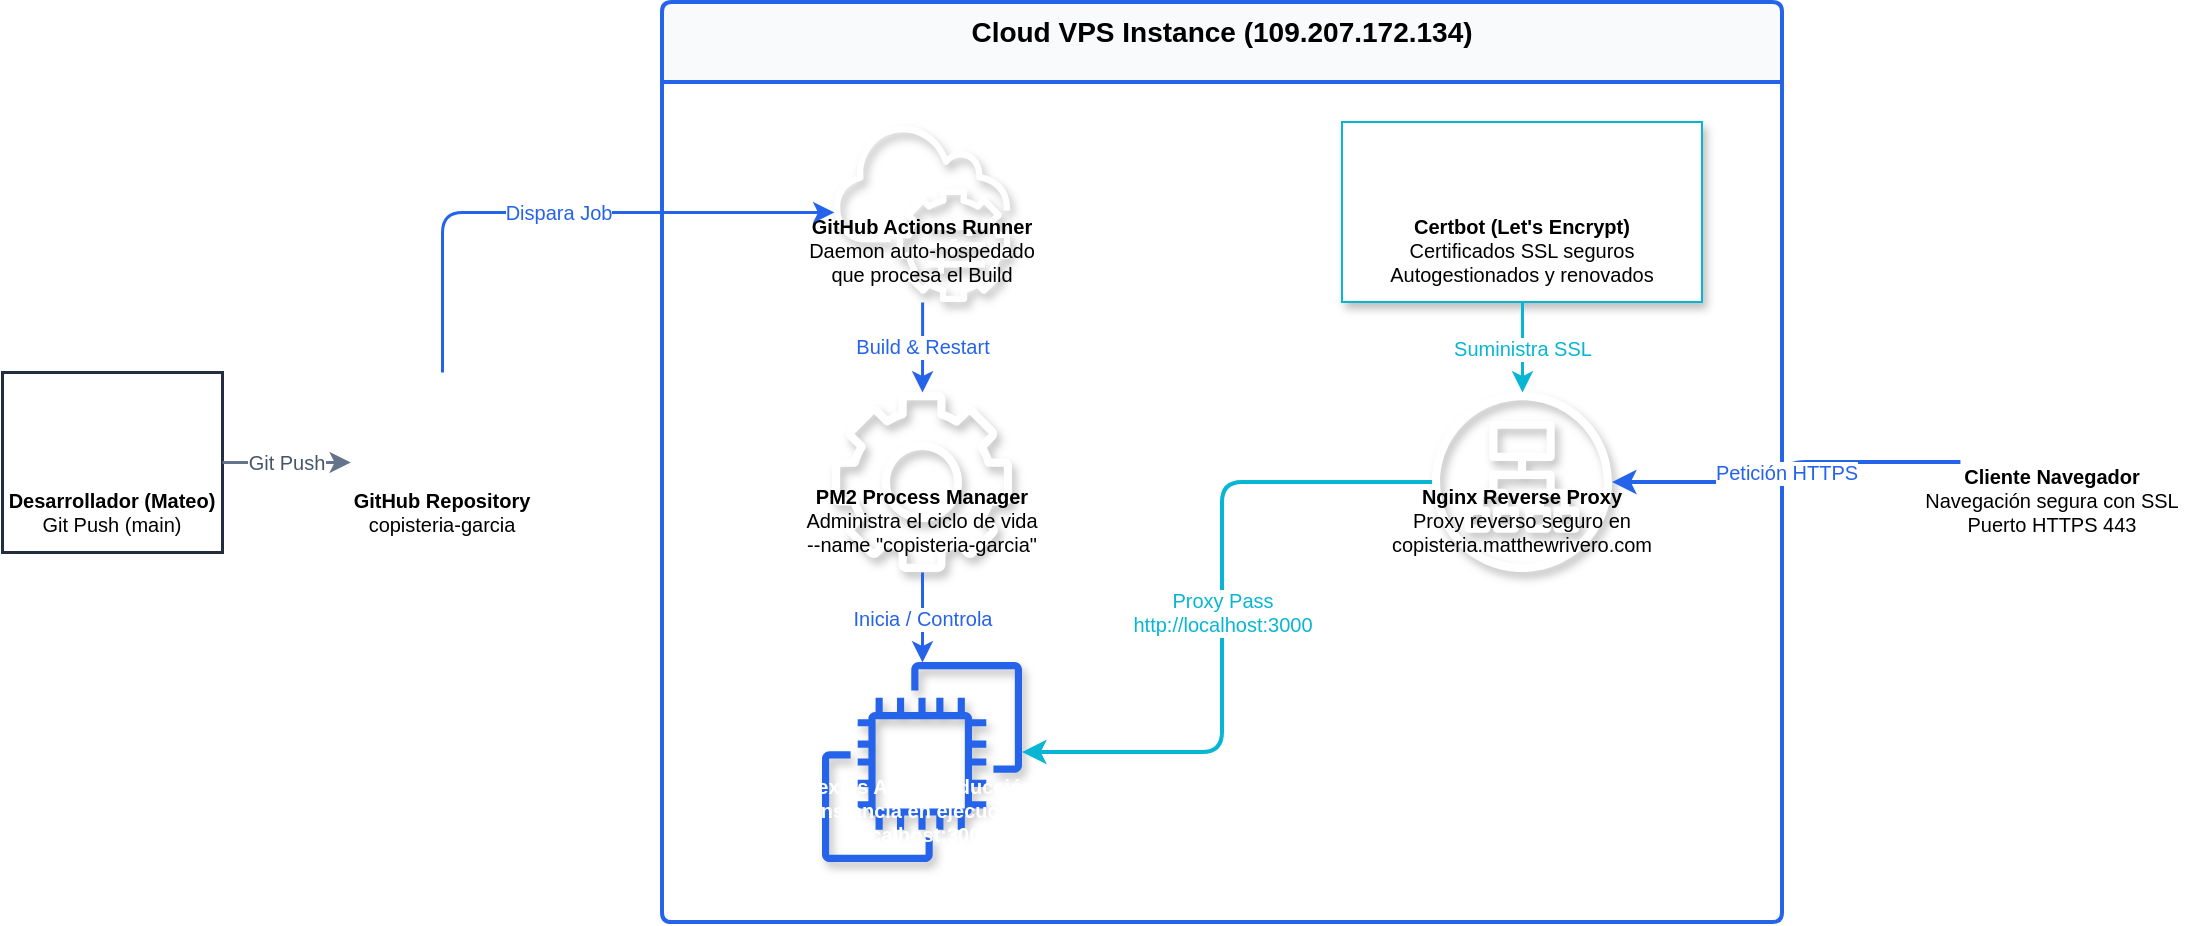
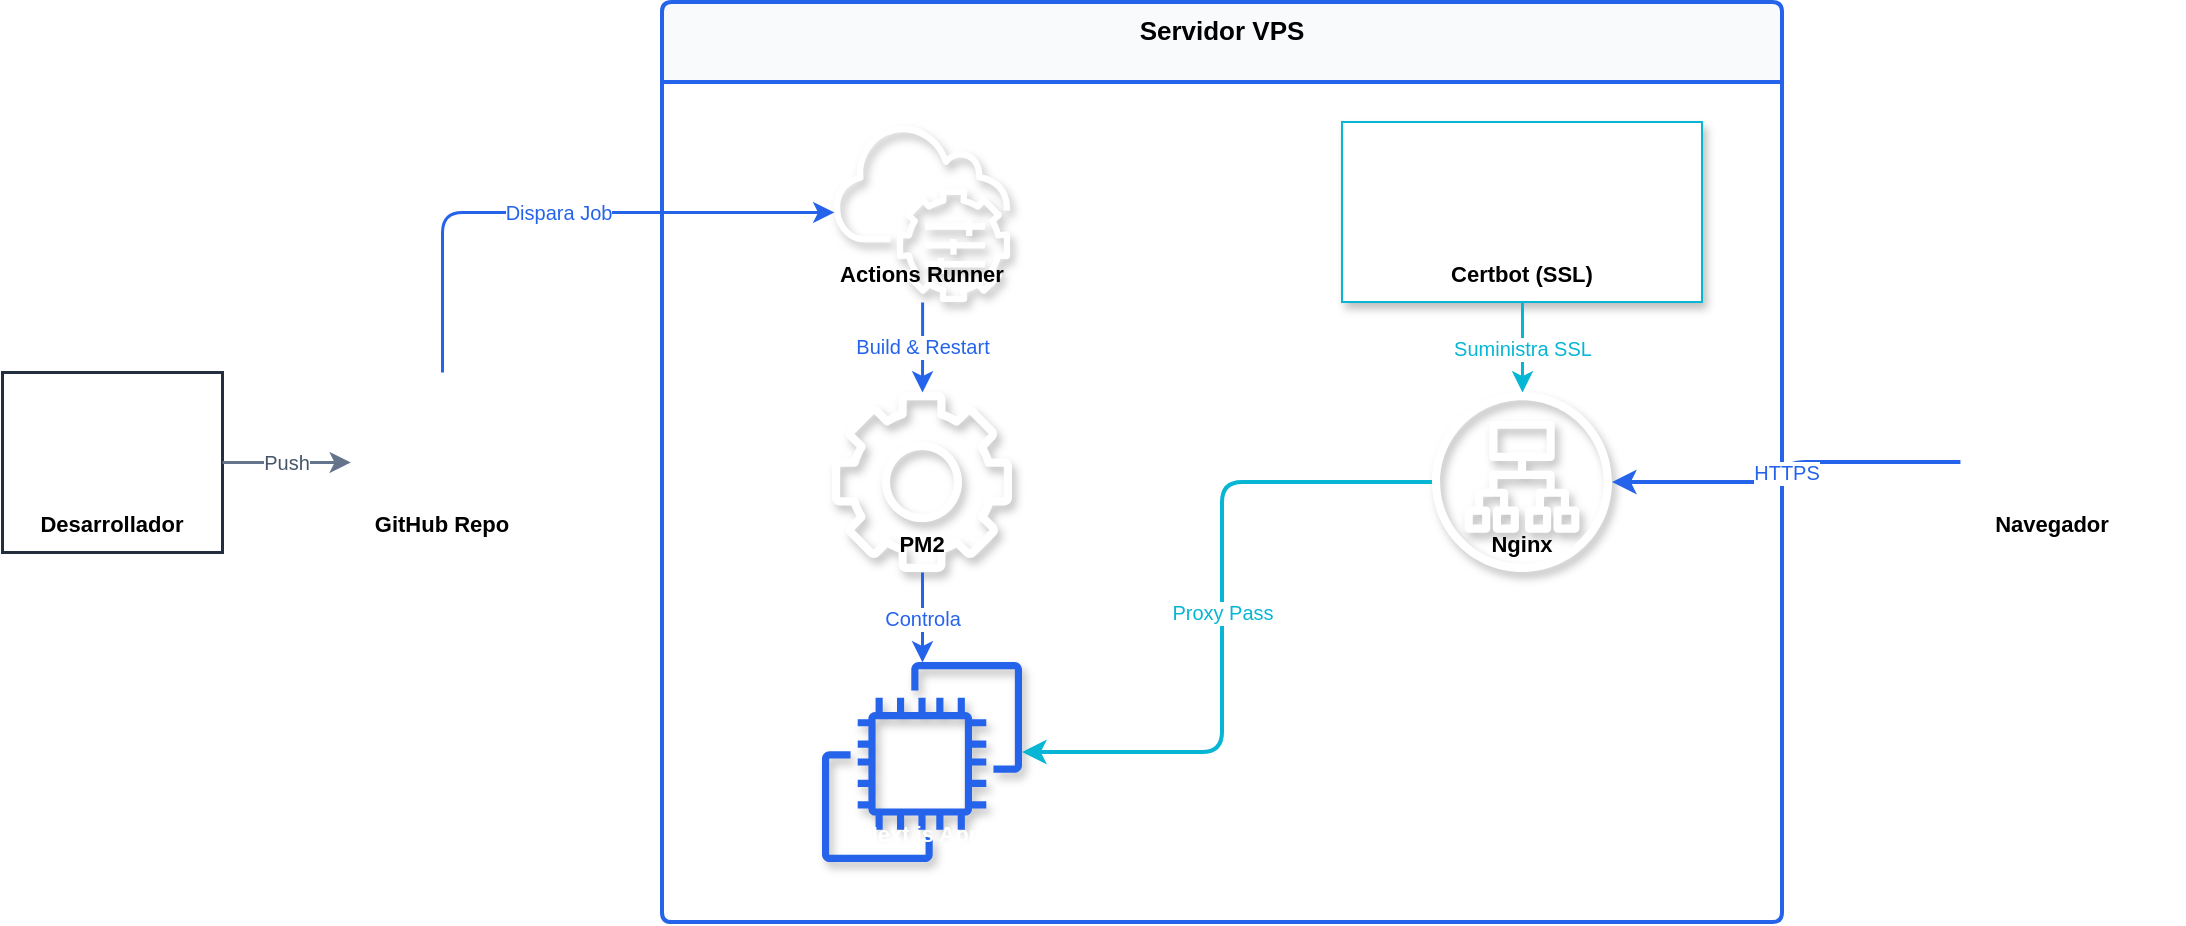
<mxfile host="Electron" modified="2026-07-19T20:00:00.000Z" agent="Mozilla/5.0" version="21.0.0" type="device">
  <diagram id="copisteria-infra" name="Infraestructura Copisteria García Cano">
    <mxGraphModel dx="1200" dy="800" grid="1" guides="1" tooltips="1" connect="1" arrows="1" fold="1" page="1" pageScale="1" pageWidth="1169" pageHeight="827" math="0" shadow="0">
      <root>
        <!-- Base Layers -->
        <mxCell id="0" />
        <mxCell id="1" parent="0" />

-         <!-- BOUNDARY: Cloud VPS (AWS VPC style representation) -->
-         <mxCell id="vps-boundary" value="Cloud VPS Instance (109.207.172.134)" style="swimlane;whiteSpace=wrap;html=1;fontFamily=Helvetica;fontStyle=1;fontSize=14;fillColor=#f8fafc;strokeColor=#2563eb;strokeWidth=2;align=center;verticalAlign=top;startSize=40;rounded=1;arcSize=4;" vertex="1" parent="1">
+         <!-- BOUNDARY: Cloud VPS -->
+         <mxCell id="vps-boundary" value="Servidor VPS" style="swimlane;whiteSpace=wrap;html=1;fontFamily=Helvetica;fontStyle=1;fontSize=13;fillColor=#f8fafc;strokeColor=#2563eb;strokeWidth=2;align=center;verticalAlign=top;startSize=40;rounded=1;arcSize=4;" vertex="1" parent="1">
          <mxGeometry x="360" y="40" width="560" height="460" as="geometry" />
        </mxCell>

        <!-- EXTERNAL: Developer Laptop (AWS4 Desktop Icon) -->
-         <mxCell id="node-developer" value="&lt;b&gt;Desarrollador (Mateo)&lt;/b&gt;&lt;br/&gt;Git Push (main)" style="shape=mxgraph.aws4.desktop;whiteSpace=wrap;html=1;fontFamily=Helvetica;fontSize=10;fillColor=#ffffff;strokeColor=#232F3E;strokeWidth=1.5;align=center;verticalAlign=bottom;spacingBottom=5;" vertex="1" parent="1">
+         <mxCell id="node-developer" value="&lt;b&gt;Desarrollador&lt;/b&gt;" style="shape=mxgraph.aws4.desktop;whiteSpace=wrap;html=1;fontFamily=Helvetica;fontSize=11;fillColor=#ffffff;strokeColor=#232F3E;strokeWidth=1.5;align=center;verticalAlign=bottom;spacingBottom=5;" vertex="1" parent="1">
          <mxGeometry x="30" y="225" width="110" height="90" as="geometry" />
        </mxCell>

        <!-- EXTERNAL: GitHub Repository (AWS4 Git/CodeCommit Icon) -->
-         <mxCell id="node-github" value="&lt;b&gt;GitHub Repository&lt;/b&gt;&lt;br/&gt;copisteria-garcia" style="shape=mxgraph.aws4.codecommit;whiteSpace=wrap;html=1;fontFamily=Helvetica;fontSize=10;fillColor=#ffffff;strokeColor=#232F3E;strokeWidth=1.5;align=center;verticalAlign=bottom;spacingBottom=5;" vertex="1" parent="1">
+         <mxCell id="node-github" value="&lt;b&gt;GitHub Repo&lt;/b&gt;" style="shape=mxgraph.aws4.codecommit;whiteSpace=wrap;html=1;fontFamily=Helvetica;fontSize=11;fillColor=#ffffff;strokeColor=#232F3E;strokeWidth=1.5;align=center;verticalAlign=bottom;spacingBottom=5;" vertex="1" parent="1">
          <mxGeometry x="190" y="225" width="120" height="90" as="geometry" />
        </mxCell>

        <!-- VPS INTERNAL: GitHub Actions Runner (AWS4 Systems Manager Icon) -->
-         <mxCell id="node-runner" value="&lt;b&gt;GitHub Actions Runner&lt;/b&gt;&lt;br/&gt;Daemon auto-hospedado&lt;br/&gt;que procesa el Build" style="shape=mxgraph.aws4.systems_manager;whiteSpace=wrap;html=1;fontFamily=Helvetica;fontSize=10;fillColor=#ffffff;strokeColor=#2563eb;strokeWidth=2;align=center;verticalAlign=bottom;spacingBottom=5;shadow=1;" vertex="1" parent="vps-boundary">
+         <mxCell id="node-runner" value="&lt;b&gt;Actions Runner&lt;/b&gt;" style="shape=mxgraph.aws4.systems_manager;whiteSpace=wrap;html=1;fontFamily=Helvetica;fontSize=11;fillColor=#ffffff;strokeColor=#2563eb;strokeWidth=2;align=center;verticalAlign=bottom;spacingBottom=5;shadow=1;" vertex="1" parent="vps-boundary">
          <mxGeometry x="40" y="60" width="180" height="90" as="geometry" />
        </mxCell>

        <!-- VPS INTERNAL: PM2 (AWS4 Gear/Process Icon) -->
-         <mxCell id="node-pm2" value="&lt;b&gt;PM2 Process Manager&lt;/b&gt;&lt;br/&gt;Administra el ciclo de vida&lt;br/&gt;--name &quot;copisteria-garcia&quot;" style="shape=mxgraph.aws4.gear;whiteSpace=wrap;html=1;fontFamily=Helvetica;fontSize=10;fillColor=#ffffff;strokeColor=#2563eb;strokeWidth=2;align=center;verticalAlign=bottom;spacingBottom=5;shadow=1;" vertex="1" parent="vps-boundary">
+         <mxCell id="node-pm2" value="&lt;b&gt;PM2&lt;/b&gt;" style="shape=mxgraph.aws4.gear;whiteSpace=wrap;html=1;fontFamily=Helvetica;fontSize=11;fillColor=#ffffff;strokeColor=#2563eb;strokeWidth=2;align=center;verticalAlign=bottom;spacingBottom=5;shadow=1;" vertex="1" parent="vps-boundary">
          <mxGeometry x="40" y="195" width="180" height="90" as="geometry" />
        </mxCell>

        <!-- VPS INTERNAL: Next.js App (AWS4 EC2 Virtual Machine Icon) -->
-         <mxCell id="node-nextjs" value="&lt;b&gt;Next.js App (Producción)&lt;/b&gt;&lt;br/&gt;Instancia en ejecución&lt;br/&gt;(localhost:3000)" style="shape=mxgraph.aws4.ec2;whiteSpace=wrap;html=1;fontFamily=Helvetica;fontSize=10;fillColor=#2563eb;strokeColor=#1d4ed8;strokeWidth=2;align=center;verticalAlign=bottom;spacingBottom=5;shadow=1;fontColor=#ffffff;fontStyle=1;" vertex="1" parent="vps-boundary">
+         <mxCell id="node-nextjs" value="&lt;b&gt;Next.js App&lt;/b&gt;" style="shape=mxgraph.aws4.ec2;whiteSpace=wrap;html=1;fontFamily=Helvetica;fontSize=11;fillColor=#2563eb;strokeColor=#1d4ed8;strokeWidth=2;align=center;verticalAlign=bottom;spacingBottom=5;shadow=1;fontColor=#ffffff;fontStyle=1;" vertex="1" parent="vps-boundary">
          <mxGeometry x="40" y="330" width="180" height="100" as="geometry" />
        </mxCell>

        <!-- VPS INTERNAL: Nginx Reverse Proxy (AWS4 Application Load Balancer Icon) -->
-         <mxCell id="node-nginx" value="&lt;b&gt;Nginx Reverse Proxy&lt;/b&gt;&lt;br/&gt;Proxy reverso seguro en&lt;br/&gt;copisteria.matthewrivero.com" style="shape=mxgraph.aws4.application_load_balancer;whiteSpace=wrap;html=1;fontFamily=Helvetica;fontSize=10;fillColor=#ffffff;strokeColor=#06b6d4;strokeWidth=2;align=center;verticalAlign=bottom;spacingBottom=5;shadow=1;" vertex="1" parent="vps-boundary">
+         <mxCell id="node-nginx" value="&lt;b&gt;Nginx&lt;/b&gt;" style="shape=mxgraph.aws4.application_load_balancer;whiteSpace=wrap;html=1;fontFamily=Helvetica;fontSize=11;fillColor=#ffffff;strokeColor=#06b6d4;strokeWidth=2;align=center;verticalAlign=bottom;spacingBottom=5;shadow=1;" vertex="1" parent="vps-boundary">
          <mxGeometry x="340" y="195" width="180" height="90" as="geometry" />
        </mxCell>

        <!-- VPS INTERNAL: Certbot (AWS4 KMS/Shield Key Icon) -->
-         <mxCell id="node-certbot" value="&lt;b&gt;Certbot (Let's Encrypt)&lt;/b&gt;&lt;br/&gt;Certificados SSL seguros&lt;br/&gt;Autogestionados y renovados" style="shape=mxgraph.aws4.kms;whiteSpace=wrap;html=1;fontFamily=Helvetica;fontSize=10;fillColor=#ffffff;strokeColor=#06b6d4;strokeWidth=1;align=center;verticalAlign=bottom;spacingBottom=5;shadow=1;strokeDashArray=3 3;" vertex="1" parent="vps-boundary">
+         <mxCell id="node-certbot" value="&lt;b&gt;Certbot (SSL)&lt;/b&gt;" style="shape=mxgraph.aws4.kms;whiteSpace=wrap;html=1;fontFamily=Helvetica;fontSize=11;fillColor=#ffffff;strokeColor=#06b6d4;strokeWidth=1;align=center;verticalAlign=bottom;spacingBottom=5;shadow=1;strokeDashArray=3 3;" vertex="1" parent="vps-boundary">
          <mxGeometry x="340" y="60" width="180" height="90" as="geometry" />
        </mxCell>

        <!-- EXTERNAL: Client Browser (AWS4 Client Icon) -->
-         <mxCell id="node-client" value="&lt;b&gt;Cliente Navegador&lt;/b&gt;&lt;br/&gt;Navegación segura con SSL&lt;br/&gt;Puerto HTTPS 443" style="shape=mxgraph.aws4.client;whiteSpace=wrap;html=1;fontFamily=Helvetica;fontSize=10;fillColor=#ffffff;strokeColor=#475569;strokeWidth=1.5;align=center;verticalAlign=bottom;spacingBottom=5;" vertex="1" parent="1">
+         <mxCell id="node-client" value="&lt;b&gt;Navegador&lt;/b&gt;" style="shape=mxgraph.aws4.client;whiteSpace=wrap;html=1;fontFamily=Helvetica;fontSize=11;fillColor=#ffffff;strokeColor=#475569;strokeWidth=1.5;align=center;verticalAlign=bottom;spacingBottom=5;" vertex="1" parent="1">
          <mxGeometry x="990" y="225" width="130" height="90" as="geometry" />
        </mxCell>

        <!-- CONNECTIONS (EDGES) -->
        <!-- Dev -> GitHub -->
-         <mxCell id="edge-dev-github" value="Git Push" style="edgeStyle=orthogonalEdgeStyle;rounded=1;html=1;fontFamily=Helvetica;fontSize=10;fontColor=#475569;strokeColor=#64748b;strokeWidth=1.5;" edge="1" parent="1" source="node-developer" target="node-github">
+         <mxCell id="edge-dev-github" value="Push" style="edgeStyle=orthogonalEdgeStyle;rounded=1;html=1;fontFamily=Helvetica;fontSize=10;fontColor=#475569;strokeColor=#64748b;strokeWidth=1.5;" edge="1" parent="1" source="node-developer" target="node-github">
          <mxGeometry relative="1" as="geometry" />
        </mxCell>

-         <!-- GitHub -> Runner (Webhook/Poll) -->
+         <!-- GitHub -> Runner -->
        <mxCell id="edge-github-runner" value="Dispara Job" style="edgeStyle=orthogonalEdgeStyle;rounded=1;html=1;fontFamily=Helvetica;fontSize=10;fontColor=#2563eb;strokeColor=#2563eb;strokeWidth=1.5;" edge="1" parent="1" source="node-github" target="node-runner">
          <mxGeometry relative="1" as="geometry">
            <Array as="points">
              <mxPoint x="250" y="145" />
            </Array>
          </mxGeometry>
        </mxCell>

        <!-- Runner -> PM2 -->
        <mxCell id="edge-runner-pm2" value="Build &amp; Restart" style="edgeStyle=orthogonalEdgeStyle;rounded=1;html=1;fontFamily=Helvetica;fontSize=10;fontColor=#2563eb;strokeColor=#2563eb;strokeWidth=1.5;" edge="1" parent="1" source="node-runner" target="node-pm2">
          <mxGeometry relative="1" as="geometry" />
        </mxCell>

        <!-- PM2 -> Next.js -->
-         <mxCell id="edge-pm2-next" value="Inicia / Controla" style="edgeStyle=orthogonalEdgeStyle;rounded=1;html=1;fontFamily=Helvetica;fontSize=10;fontColor=#2563eb;strokeColor=#2563eb;strokeWidth=1.5;" edge="1" parent="1" source="node-pm2" target="node-nextjs">
+         <mxCell id="edge-pm2-next" value="Controla" style="edgeStyle=orthogonalEdgeStyle;rounded=1;html=1;fontFamily=Helvetica;fontSize=10;fontColor=#2563eb;strokeColor=#2563eb;strokeWidth=1.5;" edge="1" parent="1" source="node-pm2" target="node-nextjs">
          <mxGeometry relative="1" as="geometry" />
        </mxCell>

        <!-- Certbot -> Nginx -->
        <mxCell id="edge-cert-nginx" value="Suministra SSL" style="edgeStyle=orthogonalEdgeStyle;rounded=1;html=1;fontFamily=Helvetica;fontSize=10;fontColor=#06b6d4;strokeColor=#06b6d4;strokeWidth=1.5;strokeDasharray=3 3;" edge="1" parent="1" source="node-certbot" target="node-nginx">
          <mxGeometry relative="1" as="geometry" />
        </mxCell>

-         <!-- Nginx -> Next.js (Proxy Pass) -->
-         <mxCell id="edge-nginx-next" value="Proxy Pass&lt;br/&gt;http://localhost:3000" style="edgeStyle=orthogonalEdgeStyle;rounded=1;html=1;fontFamily=Helvetica;fontSize=10;fontColor=#06b6d4;strokeColor=#06b6d4;strokeWidth=2;" edge="1" parent="1" source="node-nginx" target="node-nextjs">
+         <!-- Nginx -> Next.js -->
+         <mxCell id="edge-nginx-next" value="Proxy Pass" style="edgeStyle=orthogonalEdgeStyle;rounded=1;html=1;fontFamily=Helvetica;fontSize=10;fontColor=#06b6d4;strokeColor=#06b6d4;strokeWidth=2;" edge="1" parent="1" source="node-nginx" target="node-nextjs">
          <mxGeometry relative="1" as="geometry">
            <Array as="points">
              <mxPoint x="640" y="415" />
            </Array>
          </mxGeometry>
        </mxCell>

        <!-- Client -> Nginx -->
-         <mxCell id="edge-client-nginx" value="Petición HTTPS" style="edgeStyle=orthogonalEdgeStyle;rounded=1;html=1;fontFamily=Helvetica;fontSize=10;fontColor=#2563eb;strokeColor=#2563eb;strokeWidth=2;" edge="1" parent="1" source="node-client" target="node-nginx">
+         <mxCell id="edge-client-nginx" value="HTTPS" style="edgeStyle=orthogonalEdgeStyle;rounded=1;html=1;fontFamily=Helvetica;fontSize=10;fontColor=#2563eb;strokeColor=#2563eb;strokeWidth=2;" edge="1" parent="1" source="node-client" target="node-nginx">
          <mxGeometry relative="1" as="geometry" />
        </mxCell>
      </root>
    </mxGraphModel>
  </diagram>
</mxfile>